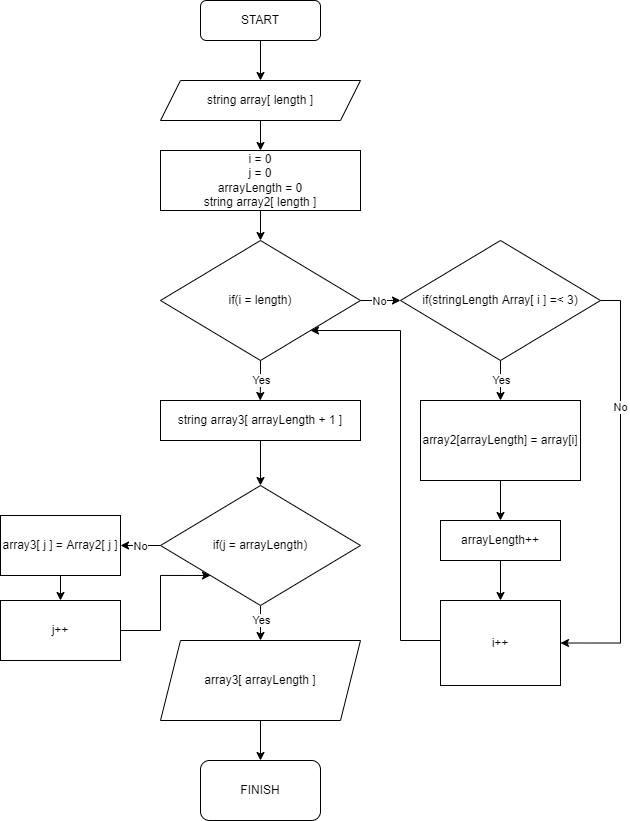
Earlier version of the draw.io export Алгоритм.png (GrafMels/Verification-work). Source tidied: cells renumbered, new cells last; positions are measured from the earlier drawing's top-left corner, leaving out a move shared by most shapes.
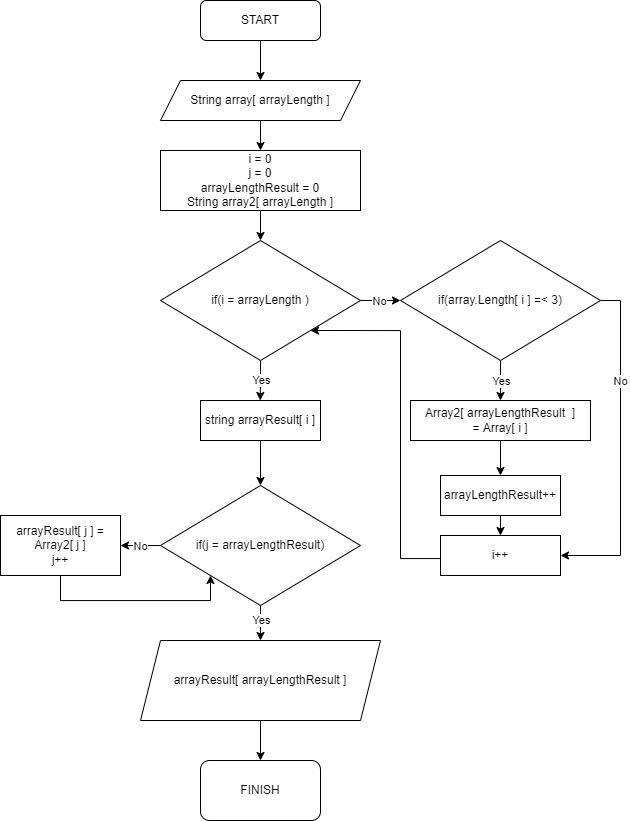
Later version of the same file.

The edit, as a diff of the source:
```diff
@@ -11,13 +11,13 @@
     <mxCell id="4" style="edgeStyle=orthogonalEdgeStyle;rounded=0;jettySize=auto;html=1;exitX=0.5;exitY=1;exitDx=0;exitDy=0;entryX=0.5;entryY=0;entryDx=0;entryDy=0;" parent="1" edge="1" source="5" target="7">
       <mxGeometry relative="1" as="geometry" />
     </mxCell>
-    <mxCell id="5" value="string array[ length ]" style="shape=parallelogram;perimeter=parallelogramPerimeter;whiteSpace=wrap;html=1;fixedSize=1;" parent="1" vertex="1">
+    <mxCell id="5" value="String array[ arrayLength&amp;nbsp;&lt;span style=&quot;background-color: initial;&quot;&gt;]&lt;/span&gt;" style="shape=parallelogram;perimeter=parallelogramPerimeter;whiteSpace=wrap;html=1;fixedSize=1;" parent="1" vertex="1">
       <mxGeometry x="160" y="80" width="200" height="40" as="geometry" />
     </mxCell>
     <mxCell id="6" style="edgeStyle=orthogonalEdgeStyle;rounded=0;jettySize=auto;html=1;exitX=0.5;exitY=1;exitDx=0;exitDy=0;entryX=0.5;entryY=0;entryDx=0;entryDy=0;" parent="1" edge="1" source="7" target="12">
       <mxGeometry relative="1" as="geometry" />
     </mxCell>
-    <mxCell id="7" value="i = 0&lt;br&gt;j = 0&lt;br&gt;arrayLength = 0&lt;br&gt;string array2[ length ]" style="rounded=0;whiteSpace=wrap;html=1;" parent="1" vertex="1">
+    <mxCell id="7" value="i = 0&lt;br&gt;j = 0&lt;br&gt;arrayLengthResult = 0&lt;br&gt;String array2[ arrayLength ]" style="rounded=0;whiteSpace=wrap;html=1;" parent="1" vertex="1">
       <mxGeometry x="160" y="150" width="200" height="60" as="geometry" />
     </mxCell>
     <mxCell id="8" style="edgeStyle=orthogonalEdgeStyle;rounded=0;jettySize=auto;html=1;exitX=0.5;exitY=1;exitDx=0;exitDy=0;" parent="1" edge="1" source="12">
@@ -42,7 +42,7 @@
         <mxPoint x="4" y="3" as="offset" />
       </mxGeometry>
     </mxCell>
-    <mxCell id="12" value="if(i = length)" style="rhombus;whiteSpace=wrap;html=1;direction=east;" parent="1" vertex="1">
+    <mxCell id="12" value="if(i = arrayLength )" style="rhombus;whiteSpace=wrap;html=1;direction=east;" parent="1" vertex="1">
       <mxGeometry x="160" y="240" width="200" height="120" as="geometry" />
     </mxCell>
     <mxCell id="13" style="edgeStyle=orthogonalEdgeStyle;rounded=0;jettySize=auto;html=1;exitX=0.5;exitY=1;exitDx=0;exitDy=0;entryX=0.5;entryY=0;entryDx=0;entryDy=0;" parent="1" edge="1" source="17" target="19">
@@ -59,26 +59,25 @@
     <mxCell id="16" value="No" style="edgeLabel;html=1;align=center;verticalAlign=middle;" parent="15" vertex="1">
       <mxGeometry x="-0.4" y="-1" relative="1" as="geometry" />
     </mxCell>
-    <mxCell id="17" value="if(stringLength Array[ i ] =&amp;lt; 3)" style="rhombus;whiteSpace=wrap;html=1;" parent="1" vertex="1">
+    <mxCell id="17" value="if(array.Length[ i ] =&amp;lt; 3)" style="rhombus;whiteSpace=wrap;html=1;" parent="1" vertex="1">
       <mxGeometry x="400" y="240" width="200" height="120" as="geometry" />
     </mxCell>
-    <mxCell id="18" style="edgeStyle=orthogonalEdgeStyle;rounded=0;jettySize=auto;html=1;exitX=0.5;exitY=1;exitDx=0;exitDy=0;entryX=0.5;entryY=0;entryDx=0;entryDy=0;" parent="1" edge="1" source="19" target="36">
-      <mxGeometry relative="1" as="geometry" />
-    </mxCell>
+    <mxCell id="39" style="edgeStyle=orthogonalEdgeStyle;rounded=0;jettySize=auto;html=1;exitX=0.5;exitY=1;exitDx=0;exitDy=0;entryX=0.5;entryY=0;entryDx=0;entryDy=0;" parent="1" edge="1" source="19" target="41">
+      <mxGeometry relative="1" as="geometry" />
+    </mxCell>
-    <mxCell id="19" value="array2[arrayLength] = array[i]" style="rounded=0;whiteSpace=wrap;html=1;" parent="1" vertex="1">
-      <mxGeometry x="420" y="400" width="160" height="80" as="geometry" />
+    <mxCell id="19" value="Array2[ arrayLengthResult&amp;nbsp;&amp;nbsp;]&lt;br&gt;= Array[ i ]" style="rounded=0;whiteSpace=wrap;html=1;" parent="1" vertex="1">
+      <mxGeometry x="410" y="400" width="180" height="40" as="geometry" />
     </mxCell>
     <mxCell id="20" style="edgeStyle=orthogonalEdgeStyle;rounded=0;jettySize=auto;html=1;exitX=0;exitY=0.5;exitDx=0;exitDy=0;entryX=1;entryY=1;entryDx=0;entryDy=0;" parent="1" edge="1" source="21" target="12">
       <mxGeometry relative="1" as="geometry">
         <Array as="points">
-          <mxPoint x="440" y="640" />
-          <mxPoint x="400" y="640" />
+          <mxPoint x="400" y="558" />
           <mxPoint x="400" y="330" />
         </Array>
       </mxGeometry>
     </mxCell>
     <mxCell id="21" value="i++" style="rounded=0;whiteSpace=wrap;html=1;" parent="1" vertex="1">
-      <mxGeometry x="440" y="600" width="120" height="85" as="geometry" />
+      <mxGeometry x="440" y="535" width="120" height="40" as="geometry" />
     </mxCell>
     <mxCell id="22" style="edgeStyle=orthogonalEdgeStyle;rounded=0;jettySize=auto;html=1;exitX=0.5;exitY=1;exitDx=0;exitDy=0;entryX=0.5;entryY=0;entryDx=0;entryDy=0;" parent="1" edge="1" source="26" target="33">
       <mxGeometry relative="1" as="geometry" />
@@ -96,51 +95,40 @@
         <mxPoint x="-11" y="1" as="offset" />
       </mxGeometry>
     </mxCell>
-    <mxCell id="26" value="if(j = arrayLength)" style="rhombus;whiteSpace=wrap;html=1;" parent="1" vertex="1">
+    <mxCell id="26" value="if(j = arrayLengthResult)" style="rhombus;whiteSpace=wrap;html=1;" parent="1" vertex="1">
       <mxGeometry x="160" y="485" width="200" height="120" as="geometry" />
     </mxCell>
     <mxCell id="27" style="edgeStyle=orthogonalEdgeStyle;rounded=0;jettySize=auto;html=1;exitX=0.5;exitY=1;exitDx=0;exitDy=0;entryX=0.5;entryY=0;entryDx=0;entryDy=0;" parent="1" edge="1" source="28" target="26">
       <mxGeometry relative="1" as="geometry" />
     </mxCell>
-    <mxCell id="28" value="string array3[ arrayLength + 1 ]" style="rounded=0;whiteSpace=wrap;html=1;" parent="1" vertex="1">
-      <mxGeometry x="160" y="400" width="200" height="40" as="geometry" />
+    <mxCell id="28" value="string arrayResult[ i ]" style="rounded=0;whiteSpace=wrap;html=1;" parent="1" vertex="1">
+      <mxGeometry x="200" y="400" width="120" height="40" as="geometry" />
     </mxCell>
-    <mxCell id="29" style="edgeStyle=orthogonalEdgeStyle;rounded=0;jettySize=auto;html=1;entryX=0;entryY=1;entryDx=0;entryDy=0;startArrow=none;exitX=1;exitY=0.5;exitDx=0;exitDy=0;" parent="1" edge="1" source="37" target="26">
+    <mxCell id="29" style="edgeStyle=orthogonalEdgeStyle;rounded=0;jettySize=auto;html=1;exitX=0.5;exitY=1;exitDx=0;exitDy=0;entryX=0;entryY=1;entryDx=0;entryDy=0;" parent="1" edge="1" source="31" target="26">
       <mxGeometry relative="1" as="geometry">
         <Array as="points">
-          <mxPoint x="160" y="630" />
-          <mxPoint x="160" y="575" />
+          <mxPoint x="60" y="600" />
+          <mxPoint x="210" y="600" />
         </Array>
       </mxGeometry>
     </mxCell>
-    <mxCell id="30" style="edgeStyle=orthogonalEdgeStyle;rounded=0;jettySize=auto;html=1;exitX=0.5;exitY=1;exitDx=0;exitDy=0;entryX=0.5;entryY=0;entryDx=0;entryDy=0;" parent="1" edge="1" source="31" target="37">
-      <mxGeometry relative="1" as="geometry" />
-    </mxCell>
-    <mxCell id="31" value="array3[ j ] = Array2[ j ]" style="rounded=0;whiteSpace=wrap;html=1;" parent="1" vertex="1">
+    <mxCell id="31" value="arrayResult[ j ] = Array2[ j ]&lt;br&gt;j++" style="rounded=0;whiteSpace=wrap;html=1;" parent="1" vertex="1">
       <mxGeometry y="515" width="120" height="60" as="geometry" />
     </mxCell>
     <mxCell id="32" style="edgeStyle=orthogonalEdgeStyle;rounded=0;jettySize=auto;html=1;exitX=0.5;exitY=1;exitDx=0;exitDy=0;entryX=0.5;entryY=0;entryDx=0;entryDy=0;" parent="1" edge="1" source="33" target="34">
       <mxGeometry relative="1" as="geometry" />
     </mxCell>
-    <mxCell id="33" value="array3[ arrayLength&amp;nbsp;]" style="shape=parallelogram;perimeter=parallelogramPerimeter;whiteSpace=wrap;html=1;fixedSize=1;" parent="1" vertex="1">
-      <mxGeometry x="160" y="640" width="200" height="80" as="geometry" />
+    <mxCell id="33" value="arrayResult[ arrayLengthResult&amp;nbsp;]" style="shape=parallelogram;perimeter=parallelogramPerimeter;whiteSpace=wrap;html=1;fixedSize=1;" parent="1" vertex="1">
+      <mxGeometry x="140" y="640" width="240" height="80" as="geometry" />
     </mxCell>
     <mxCell id="34" value="FINISH" style="rounded=1;whiteSpace=wrap;html=1;" parent="1" vertex="1">
       <mxGeometry x="200" y="760" width="120" height="60" as="geometry" />
     </mxCell>
-    <mxCell id="35" style="edgeStyle=orthogonalEdgeStyle;rounded=0;jettySize=auto;html=1;exitX=0.5;exitY=1;exitDx=0;exitDy=0;entryX=0.5;entryY=0;entryDx=0;entryDy=0;" parent="1" edge="1" source="36" target="21">
-      <mxGeometry relative="1" as="geometry" />
-    </mxCell>
-    <mxCell id="36" value="arrayLength++" style="rounded=0;whiteSpace=wrap;html=1;" parent="1" vertex="1">
-      <mxGeometry x="440" y="520" width="120" height="40" as="geometry" />
-    </mxCell>
-    <mxCell id="37" value="j++" style="rounded=0;whiteSpace=wrap;html=1;" parent="1" vertex="1">
-      <mxGeometry y="600" width="120" height="60" as="geometry" />
-    </mxCell>
-    <mxCell id="38" style="edgeStyle=orthogonalEdgeStyle;rounded=0;jettySize=auto;html=1;entryX=1;entryY=0.5;entryDx=0;entryDy=0;endArrow=none;" parent="1" edge="1" target="37">
-      <mxGeometry relative="1" as="geometry">
-        <mxPoint x="120" y="630" as="sourcePoint" />
-      </mxGeometry>
-    </mxCell>
+    <mxCell id="40" style="edgeStyle=orthogonalEdgeStyle;rounded=0;jettySize=auto;html=1;exitX=0.5;exitY=1;exitDx=0;exitDy=0;entryX=0.5;entryY=0;entryDx=0;entryDy=0;" parent="1" edge="1" source="41" target="21">
+      <mxGeometry relative="1" as="geometry" />
+    </mxCell>
+    <mxCell id="41" value="arrayLengthResult++" style="rounded=0;whiteSpace=wrap;html=1;" parent="1" vertex="1">
+      <mxGeometry x="440" y="475" width="120" height="40" as="geometry" />
+    </mxCell>
   </root>
 </mxGraphModel>
```
